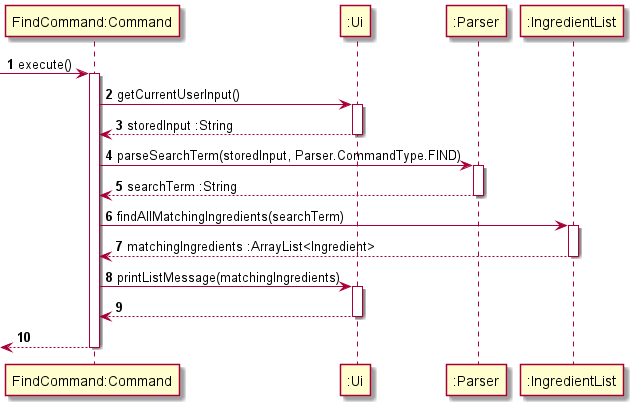
This is docs/umlDiagrams/FindSequence.png from uosjapuelks/tp, a PlantUML export, as it was before one commit. Source of this version:
```plantuml
@startuml

autonumber

-> "FindCommand:Command": execute()
activate "FindCommand:Command"

"FindCommand:Command" -> ":Ui": getCurrentUserInput()
activate ":Ui"
"FindCommand:Command" <-- ":Ui": storedInput :String
deactivate ":Ui"

"FindCommand:Command" -> ":Parser": parseSearchTerm(storedInput, Parser.CommandType.FIND)
activate ":Parser"
"FindCommand:Command" <-- ":Parser": searchTerm :String
deactivate ":Parser"
"FindCommand:Command" -> ":IngredientList": findAllMatchingIngredients(searchTerm)
activate ":IngredientList"
"FindCommand:Command" <--":IngredientList": matchingIngredients :ArrayList<Ingredient>
deactivate ":IngredientList"
"FindCommand:Command" -> ":Ui": printListMessage(matchingIngredients)
activate ":Ui"
"FindCommand:Command" <-- ":Ui"
deactivate ":Ui"

<-- "FindCommand:Command"
deactivate "FindCommand:Command"

@enduml
```
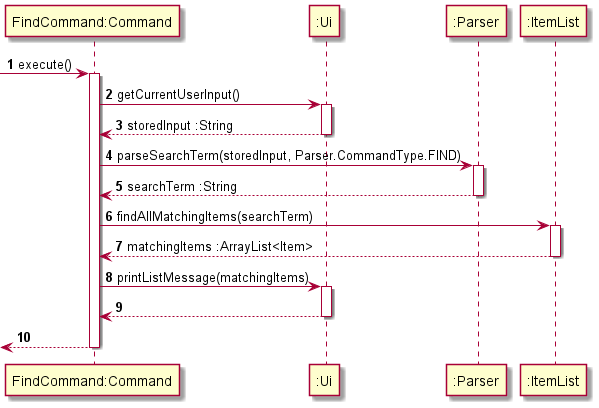
Above is the later version.

Commit message:
overwrite all diagrams to change ingredient to item.

What changed in the source:
```diff
@@ -14,11 +14,11 @@
 activate ":Parser"
 "FindCommand:Command" <-- ":Parser": searchTerm :String
 deactivate ":Parser"
-"FindCommand:Command" -> ":IngredientList": findAllMatchingIngredients(searchTerm)
-activate ":IngredientList"
-"FindCommand:Command" <--":IngredientList": matchingIngredients :ArrayList<Ingredient>
-deactivate ":IngredientList"
-"FindCommand:Command" -> ":Ui": printListMessage(matchingIngredients)
+"FindCommand:Command" -> ":ItemList": findAllMatchingItems(searchTerm)
+activate ":ItemList"
+"FindCommand:Command" <--":ItemList": matchingItems :ArrayList<Item>
+deactivate ":ItemList"
+"FindCommand:Command" -> ":Ui": printListMessage(matchingItems)
 activate ":Ui"
 "FindCommand:Command" <-- ":Ui"
 deactivate ":Ui"
```
